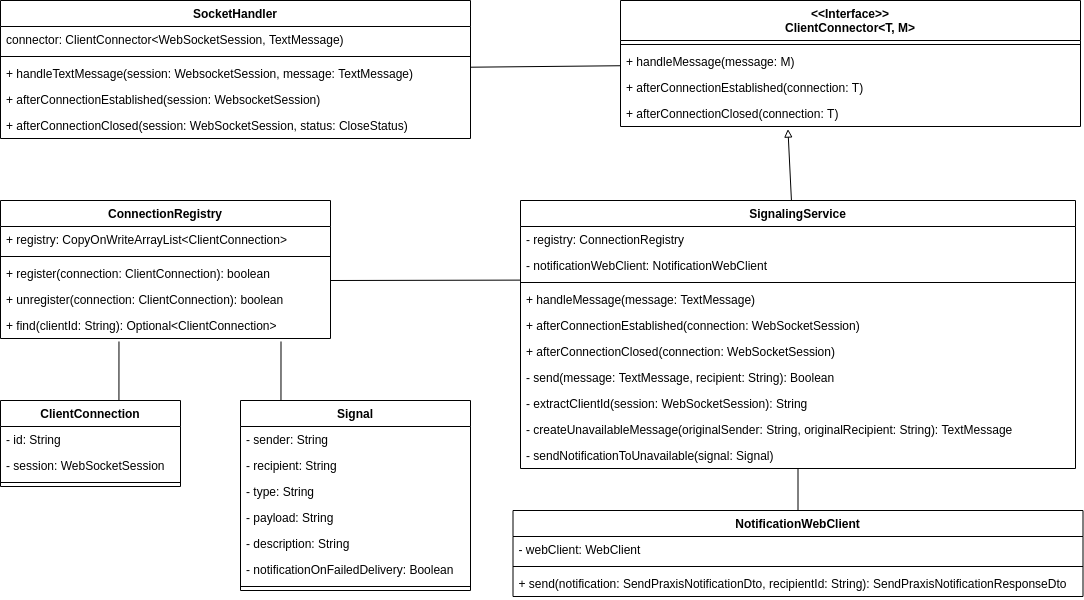
Earlier version of the draw.io export src/graphics/diagramms/Class_Intercom_Full_V01.png (jsvilling/IP6_Bachelorarbeit_Bericht_Cloudbasiertes_Praxisrufsystem). Source tidied: cells renumbered, new cells last; positions are measured from the earlier drawing's top-left corner, leaving out a move shared by most shapes.
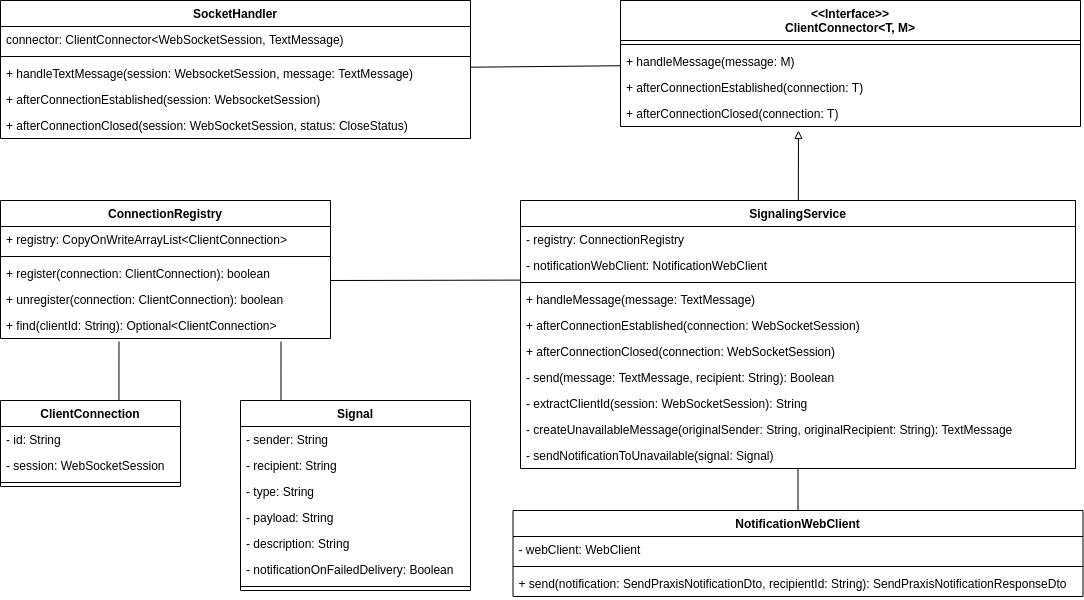
The same diagram one commit later.

Commit message:
Fix class diags

Diff of the diagram source:
```diff
@@ -71,8 +71,10 @@
     <mxCell id="24" value="- sendNotificationToUnavailable(signal: Signal)" style="text;strokeColor=none;fillColor=none;align=left;verticalAlign=top;spacingLeft=4;spacingRight=4;overflow=hidden;" parent="14" vertex="1">
       <mxGeometry y="242" width="555" height="26" as="geometry" />
     </mxCell>
-    <mxCell id="25" style="endArrow=block;html=1;rounded=0;entryX=0.364;entryY=1.099;entryDx=0;entryDy=0;entryPerimeter=0;endFill=0;" parent="1" edge="1" source="14" target="6">
-      <mxGeometry relative="1" as="geometry" />
+    <mxCell id="25" style="endArrow=block;html=1;rounded=0;endFill=0;" parent="1" edge="1" source="14">
+      <mxGeometry relative="1" as="geometry">
+        <mxPoint x="798" y="130" as="targetPoint" />
+      </mxGeometry>
     </mxCell>
     <mxCell id="26" value="ConnectionRegistry" style="swimlane;fontStyle=1;align=center;verticalAlign=top;horizontal=1;startSize=26;" parent="1" vertex="1">
       <mxGeometry y="200" width="330" height="138" as="geometry" />
```
